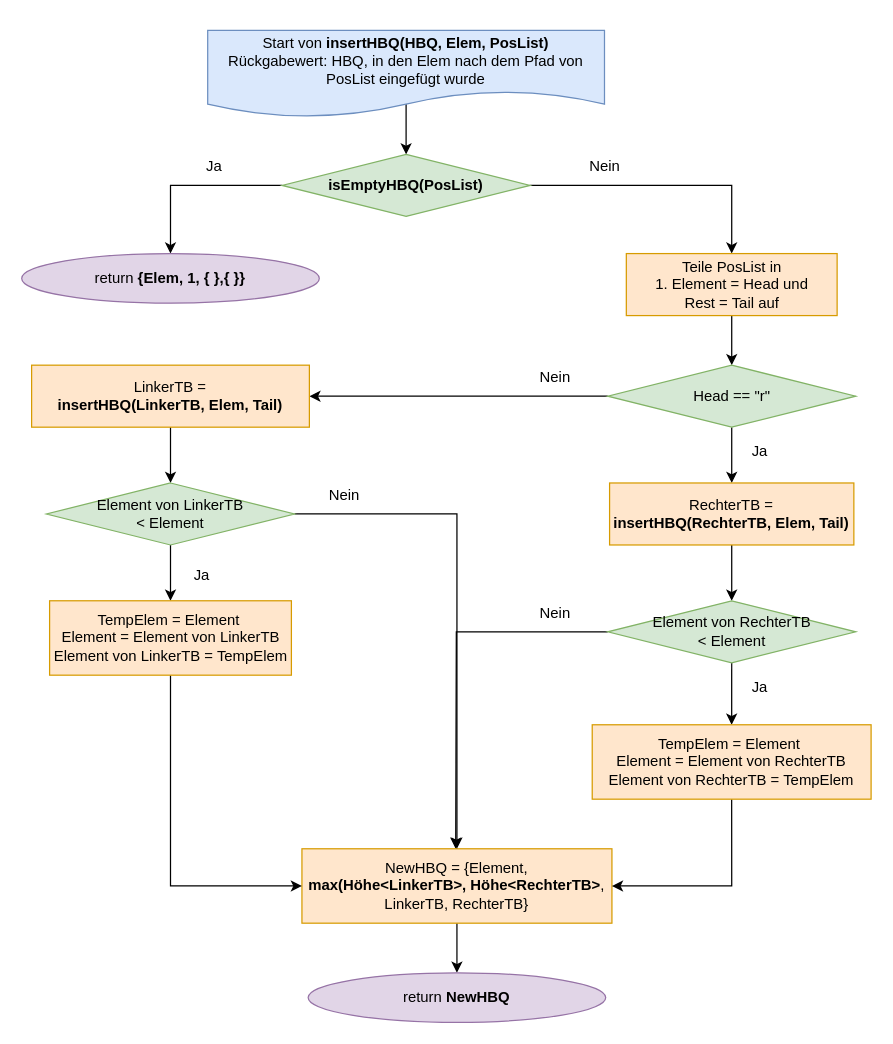
The draw.io diagram Grafiken:Bilder/draw.io/HBQ/2.1. insertHBQ.drawio in krisschaaf/Hausarbeit_Erlang_Queues, before the edit. Source tidied: cells renumbered, new cells numbered last; positions are measured from the earlier drawing's top-left corner, leaving out a move shared by most shapes. Both pictures are drawn from the tidied source at 124%, with x=0, y=0 at pixel (21, 30).
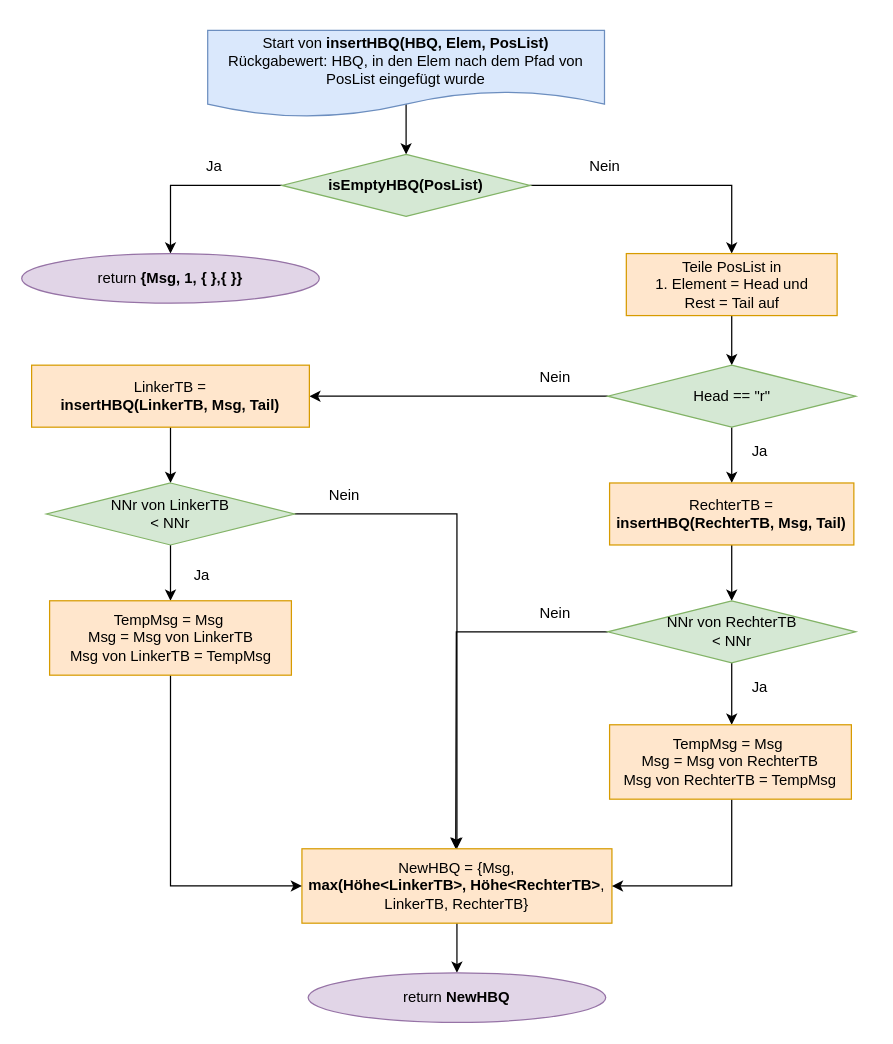
The same page after the edit.

What changed in the source:
```diff
@@
-    <mxCell id="9" value="return &lt;b&gt;{Elem, 1, { },{ }}&lt;/b&gt;" style="ellipse;whiteSpace=wrap;html=1;rounded=0;fillColor=#e1d5e7;strokeColor=#9673a6;" parent="1" vertex="1">
+    <mxCell id="9" value="return &lt;b&gt;{Msg, 1, { },{ }}&lt;/b&gt;" style="ellipse;whiteSpace=wrap;html=1;rounded=0;fillColor=#e1d5e7;strokeColor=#9673a6;" parent="1" vertex="1">
       <mxGeometry y="180" width="240" height="40" as="geometry" />
     </mxCell>
@@
-    <mxCell id="16" value="LinkerTB = &lt;br&gt;&lt;b&gt;insertHBQ&lt;/b&gt;&lt;b&gt;(LinkerTB, Elem, Tail)&lt;/b&gt;" style="rounded=0;whiteSpace=wrap;html=1;fillColor=#ffe6cc;strokeColor=#d79b00;" parent="1" vertex="1">
+    <mxCell id="16" value="LinkerTB = &lt;br&gt;&lt;b&gt;insertHBQ&lt;/b&gt;&lt;b&gt;(LinkerTB, Msg, Tail)&lt;/b&gt;" style="rounded=0;whiteSpace=wrap;html=1;fillColor=#ffe6cc;strokeColor=#d79b00;" parent="1" vertex="1">
       <mxGeometry x="8" y="270" width="224" height="50" as="geometry" />
     </mxCell>
@@
-    <mxCell id="19" value="RechterTB = &lt;br&gt;&lt;b&gt;insertHBQ(RechterTB, Elem, Tail)&lt;/b&gt;" style="rounded=0;whiteSpace=wrap;html=1;fillColor=#ffe6cc;strokeColor=#d79b00;" parent="1" vertex="1">
+    <mxCell id="19" value="RechterTB = &lt;br&gt;&lt;b&gt;insertHBQ(RechterTB, Msg, Tail)&lt;/b&gt;" style="rounded=0;whiteSpace=wrap;html=1;fillColor=#ffe6cc;strokeColor=#d79b00;" parent="1" vertex="1">
       <mxGeometry x="474.1" y="365" width="197" height="50" as="geometry" />
     </mxCell>
@@
-    <mxCell id="21" value="NewHBQ = {Element, &lt;br&gt;&lt;b&gt;max(Höhe&amp;lt;LinkerTB&amp;gt;, Höhe&amp;lt;RechterTB&amp;gt;&lt;/b&gt;, &lt;br&gt;LinkerTB, RechterTB}" style="rounded=0;whiteSpace=wrap;html=1;fillColor=#ffe6cc;strokeColor=#d79b00;" parent="1" vertex="1">
+    <mxCell id="21" value="NewHBQ = {Msg, &lt;br&gt;&lt;b&gt;max(Höhe&amp;lt;LinkerTB&amp;gt;, Höhe&amp;lt;RechterTB&amp;gt;&lt;/b&gt;, &lt;br&gt;LinkerTB, RechterTB}" style="rounded=0;whiteSpace=wrap;html=1;fillColor=#ffe6cc;strokeColor=#d79b00;" parent="1" vertex="1">
       <mxGeometry x="226" y="660" width="250" height="60" as="geometry" />
     </mxCell>
@@
-    <mxCell id="26" value="Element von LinkerTB&lt;br&gt;&amp;lt; Element" style="rhombus;whiteSpace=wrap;html=1;rounded=0;fillColor=#d5e8d4;strokeColor=#82b366;" parent="1" vertex="1">
+    <mxCell id="26" value="NNr von LinkerTB&lt;br&gt;&amp;lt; NNr" style="rhombus;whiteSpace=wrap;html=1;rounded=0;fillColor=#d5e8d4;strokeColor=#82b366;" parent="1" vertex="1">
       <mxGeometry x="20" y="365" width="200" height="50" as="geometry" />
     </mxCell>
@@
-    <mxCell id="28" value="TempElem = Element&amp;nbsp;&lt;br&gt;Element = Element von LinkerTB&lt;br&gt;Element von LinkerTB = TempElem" style="rounded=0;whiteSpace=wrap;html=1;fillColor=#ffe6cc;strokeColor=#d79b00;" parent="1" vertex="1">
+    <mxCell id="28" value="TempMsg = Msg&amp;nbsp;&lt;br&gt;Msg = Msg von LinkerTB&lt;br&gt;Msg von LinkerTB = TempMsg" style="rounded=0;whiteSpace=wrap;html=1;fillColor=#ffe6cc;strokeColor=#d79b00;" parent="1" vertex="1">
       <mxGeometry x="22.5" y="460" width="195" height="60" as="geometry" />
     </mxCell>
-    <mxCell id="29" style="edgeStyle=orthogonalEdgeStyle;rounded=0;jettySize=auto;html=1;exitX=0.5;exitY=1;exitDx=0;exitDy=0;entryX=0.5;entryY=0;entryDx=0;entryDy=0;" parent="1" edge="1" source="30" target="32">
-      <mxGeometry relative="1" as="geometry" />
+    <mxCell id="29" style="edgeStyle=orthogonalEdgeStyle;rounded=0;jettySize=auto;html=1;exitX=0.5;exitY=1;exitDx=0;exitDy=0;entryX=0.5;entryY=0;entryDx=0;entryDy=0;" parent="1" edge="1" source="30">
+      <mxGeometry relative="1" as="geometry">
+        <mxPoint x="572.6" y="560" as="targetPoint" />
+      </mxGeometry>
     </mxCell>
-    <mxCell id="30" value="Element von RechterTB&lt;br&gt;&amp;lt; Element" style="rhombus;whiteSpace=wrap;html=1;rounded=0;fillColor=#d5e8d4;strokeColor=#82b366;" parent="1" vertex="1">
+    <mxCell id="30" value="NNr von RechterTB&lt;br&gt;&amp;lt; NNr" style="rhombus;whiteSpace=wrap;html=1;rounded=0;fillColor=#d5e8d4;strokeColor=#82b366;" parent="1" vertex="1">
       <mxGeometry x="472.6" y="460" width="200" height="50" as="geometry" />
     </mxCell>
-    <mxCell id="31" style="edgeStyle=orthogonalEdgeStyle;rounded=0;jettySize=auto;html=1;exitX=0.5;exitY=1;exitDx=0;exitDy=0;entryX=1;entryY=0.5;entryDx=0;entryDy=0;" parent="1" edge="1" source="32" target="21">
-      <mxGeometry relative="1" as="geometry" />
+    <mxCell id="31" style="edgeStyle=orthogonalEdgeStyle;rounded=0;jettySize=auto;html=1;exitX=0.5;exitY=1;exitDx=0;exitDy=0;entryX=1;entryY=0.5;entryDx=0;entryDy=0;" parent="1" edge="1" target="21">
+      <mxGeometry relative="1" as="geometry">
+        <mxPoint x="572.6" y="620" as="sourcePoint" />
+        <Array as="points">
+          <mxPoint x="573" y="690" />
+        </Array>
+      </mxGeometry>
     </mxCell>
-    <mxCell id="32" value="TempElem = Element&amp;nbsp;&lt;br&gt;Element = Element von RechterTB&lt;br&gt;Element von RechterTB = TempElem" style="rounded=0;whiteSpace=wrap;html=1;fillColor=#ffe6cc;strokeColor=#d79b00;" parent="1" vertex="1">
-      <mxGeometry x="460.1" y="560" width="224.9" height="60" as="geometry" />
-    </mxCell>
@@
+    <mxCell id="38" value="TempMsg = Msg&amp;nbsp;&lt;br&gt;Msg = Msg von RechterTB&lt;br&gt;Msg von RechterTB = TempMsg" style="rounded=0;whiteSpace=wrap;html=1;fillColor=#ffe6cc;strokeColor=#d79b00;" parent="1" vertex="1">
+      <mxGeometry x="474.1" y="560" width="195" height="60" as="geometry" />
+    </mxCell>
```
